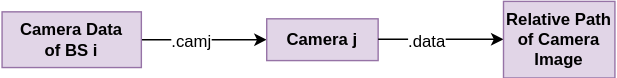
The draw.io diagram docs/images/cameradiagram.svg in wireless-intelligence-lab/DeepVerse6G-matlab, before a commit. Source tidied: cells renumbered, new cells last; positions are measured from the earlier drawing's top-left corner, leaving out a move shared by most shapes. The source it was exported from:
```xml
<mxGraphModel>
  <root>
    <mxCell id="0" />
    <mxCell id="1" parent="0" />
    <mxCell id="2" style="edgeStyle=none;rounded=0;jettySize=auto;html=1;exitX=1;exitY=0.5;exitDx=0;exitDy=0;entryX=0;entryY=0.5;entryDx=0;entryDy=0;fontSize=15;" parent="1" edge="1" source="4" target="5">
      <mxGeometry relative="1" as="geometry" />
    </mxCell>
    <mxCell id="3" value="&lt;font style=&quot;font-size: 12px&quot;&gt;.camj&lt;/font&gt;" style="edgeLabel;html=1;align=left;verticalAlign=middle;fontSize=15;" parent="2" vertex="1">
      <mxGeometry x="0.13" y="-1" relative="1" as="geometry">
        <mxPoint x="-31" y="-1" as="offset" />
      </mxGeometry>
    </mxCell>
    <mxCell id="4" value="Camera Data&lt;br&gt;of BS i" style="rounded=0;whiteSpace=wrap;html=1;fillColor=#e1d5e7;strokeColor=#9673a6;fontStyle=1;" parent="1" vertex="1">
      <mxGeometry y="8" width="100" height="40" as="geometry" />
    </mxCell>
    <mxCell id="5" value="&lt;b&gt;Camera j&lt;/b&gt;" style="rounded=0;whiteSpace=wrap;html=1;fillColor=#e1d5e7;strokeColor=#9673a6;" parent="1" vertex="1">
      <mxGeometry x="190" y="13" width="80" height="30" as="geometry" />
    </mxCell>
    <mxCell id="6" style="edgeStyle=none;rounded=0;orthogonalLoop=1;jettySize=auto;html=1;exitX=1;exitY=0.5;exitDx=0;exitDy=0;entryX=0;entryY=0.5;entryDx=0;entryDy=0;fontSize=15;" parent="1" edge="1">
      <mxGeometry relative="1" as="geometry">
        <mxPoint x="270" y="27.7" as="sourcePoint" />
        <mxPoint x="360" y="27.7" as="targetPoint" />
      </mxGeometry>
    </mxCell>
    <mxCell id="7" value="&lt;font style=&quot;font-size: 12px&quot;&gt;.data&lt;/font&gt;" style="edgeLabel;html=1;align=left;verticalAlign=middle;fontSize=15;" parent="6" vertex="1">
      <mxGeometry x="0.13" y="-1" relative="1" as="geometry">
        <mxPoint x="-31" y="-1" as="offset" />
      </mxGeometry>
    </mxCell>
    <mxCell id="8" value="&lt;b&gt;Relative Path of Camera Image&lt;/b&gt;" style="rounded=0;whiteSpace=wrap;html=1;fillColor=#e1d5e7;strokeColor=#9673a6;" parent="1" vertex="1">
      <mxGeometry x="360" y="0.5" width="80" height="55" as="geometry" />
    </mxCell>
  </root>
</mxGraphModel>
```
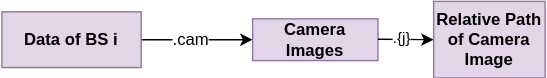
Later version of the same file.

The edit, as a diff of the source:
```diff
@@ -5,30 +5,30 @@
     <mxCell id="2" style="edgeStyle=none;rounded=0;jettySize=auto;html=1;exitX=1;exitY=0.5;exitDx=0;exitDy=0;entryX=0;entryY=0.5;entryDx=0;entryDy=0;fontSize=15;" parent="1" edge="1" source="4" target="5">
       <mxGeometry relative="1" as="geometry" />
     </mxCell>
-    <mxCell id="3" value="&lt;font style=&quot;font-size: 12px&quot;&gt;.camj&lt;/font&gt;" style="edgeLabel;html=1;align=left;verticalAlign=middle;fontSize=15;" parent="2" vertex="1">
+    <mxCell id="3" value="&lt;font style=&quot;font-size: 12px&quot;&gt;.cam&lt;/font&gt;" style="edgeLabel;html=1;align=left;verticalAlign=middle;fontSize=15;" parent="2" vertex="1">
       <mxGeometry x="0.13" y="-1" relative="1" as="geometry">
-        <mxPoint x="-31" y="-1" as="offset" />
+        <mxPoint x="-24" y="-4" as="offset" />
       </mxGeometry>
     </mxCell>
-    <mxCell id="4" value="Camera Data&lt;br&gt;of BS i" style="rounded=0;whiteSpace=wrap;html=1;fillColor=#e1d5e7;strokeColor=#9673a6;fontStyle=1;" parent="1" vertex="1">
+    <mxCell id="4" value="Data of BS i" style="rounded=0;whiteSpace=wrap;html=1;fillColor=#e1d5e7;strokeColor=#9673a6;fontStyle=1;" parent="1" vertex="1">
       <mxGeometry y="8" width="100" height="40" as="geometry" />
     </mxCell>
-    <mxCell id="5" value="&lt;b&gt;Camera j&lt;/b&gt;" style="rounded=0;whiteSpace=wrap;html=1;fillColor=#e1d5e7;strokeColor=#9673a6;" parent="1" vertex="1">
-      <mxGeometry x="190" y="13" width="80" height="30" as="geometry" />
+    <mxCell id="5" value="&lt;b&gt;Camera Images&lt;/b&gt;" style="rounded=0;whiteSpace=wrap;html=1;fillColor=#e1d5e7;strokeColor=#9673a6;" parent="1" vertex="1">
+      <mxGeometry x="180" y="13" width="90" height="30" as="geometry" />
     </mxCell>
-    <mxCell id="6" style="edgeStyle=none;rounded=0;orthogonalLoop=1;jettySize=auto;html=1;exitX=1;exitY=0.5;exitDx=0;exitDy=0;entryX=0;entryY=0.5;entryDx=0;entryDy=0;fontSize=15;" parent="1" edge="1">
+    <mxCell id="6" style="edgeStyle=none;rounded=0;orthogonalLoop=1;jettySize=auto;html=1;exitX=1;exitY=0.5;exitDx=0;exitDy=0;fontSize=15;" parent="1" edge="1">
       <mxGeometry relative="1" as="geometry">
         <mxPoint x="270" y="27.7" as="sourcePoint" />
-        <mxPoint x="360" y="27.7" as="targetPoint" />
+        <mxPoint x="310" y="28" as="targetPoint" />
       </mxGeometry>
     </mxCell>
-    <mxCell id="7" value="&lt;font style=&quot;font-size: 12px&quot;&gt;.data&lt;/font&gt;" style="edgeLabel;html=1;align=left;verticalAlign=middle;fontSize=15;" parent="6" vertex="1">
-      <mxGeometry x="0.13" y="-1" relative="1" as="geometry">
-        <mxPoint x="-31" y="-1" as="offset" />
-      </mxGeometry>
-    </mxCell>
+    <mxCell id="9" value=".{j}" style="edgeLabel;html=1;align=center;verticalAlign=middle;" parent="6" vertex="1">
+      <mxGeometry x="-0.5" y="1" relative="1" as="geometry">
+        <mxPoint x="6" as="offset" />
+      </mxGeometry>
+    </mxCell>
     <mxCell id="8" value="&lt;b&gt;Relative Path of Camera Image&lt;/b&gt;" style="rounded=0;whiteSpace=wrap;html=1;fillColor=#e1d5e7;strokeColor=#9673a6;" parent="1" vertex="1">
-      <mxGeometry x="360" y="0.5" width="80" height="55" as="geometry" />
+      <mxGeometry x="310" y="0.5" width="80" height="55" as="geometry" />
     </mxCell>
   </root>
 </mxGraphModel>
```
